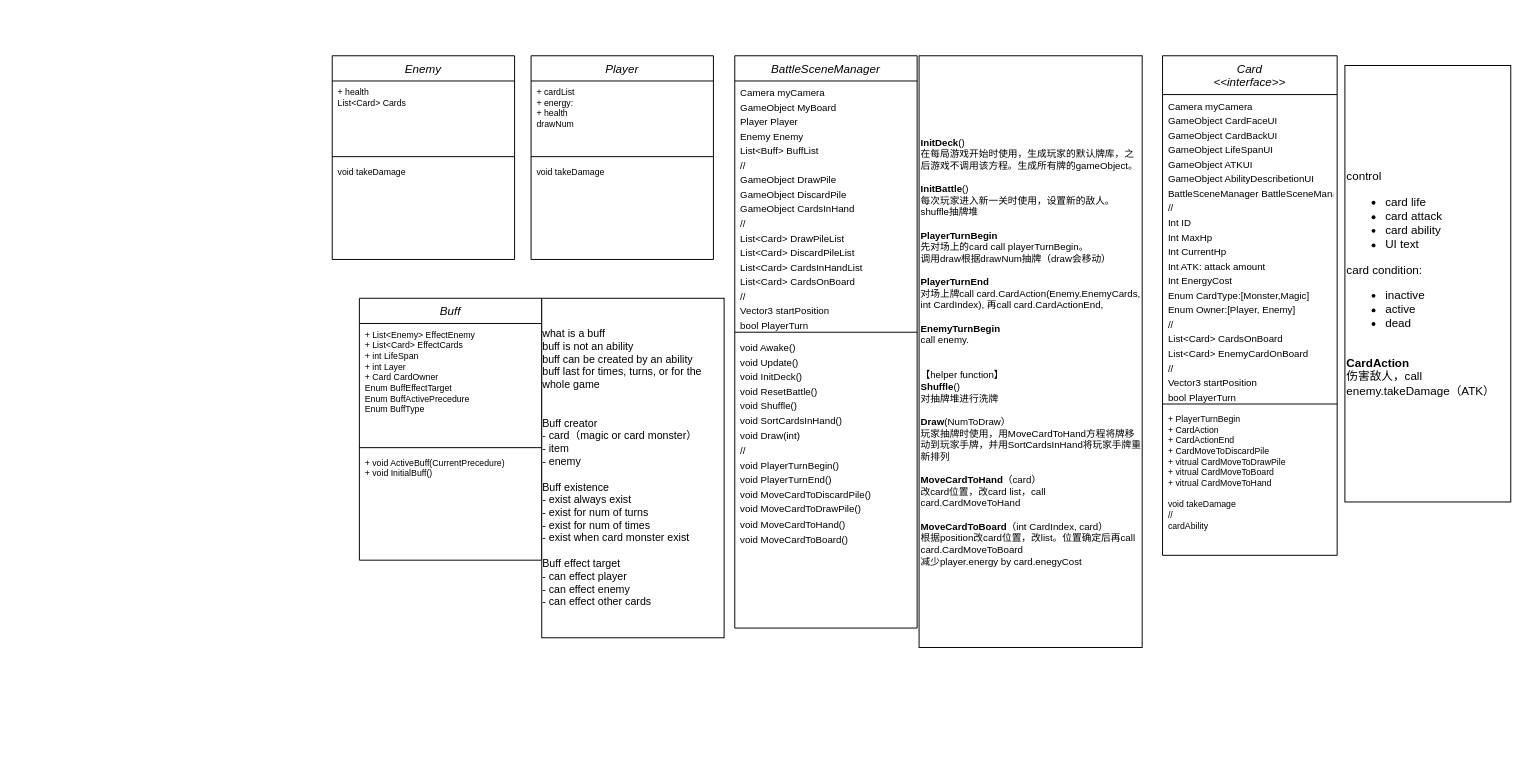
This is cardgame.drawio from yemiliey/ScuffTheSpire, a draw.io file, before an edit. Source tidied: cells renumbered, new cells numbered last; positions are measured from the earlier drawing's top-left corner, leaving out a move shared by most shapes. Both pictures are drawn from the tidied source at 97%, with x=0, y=0 at pixel (332, 55).
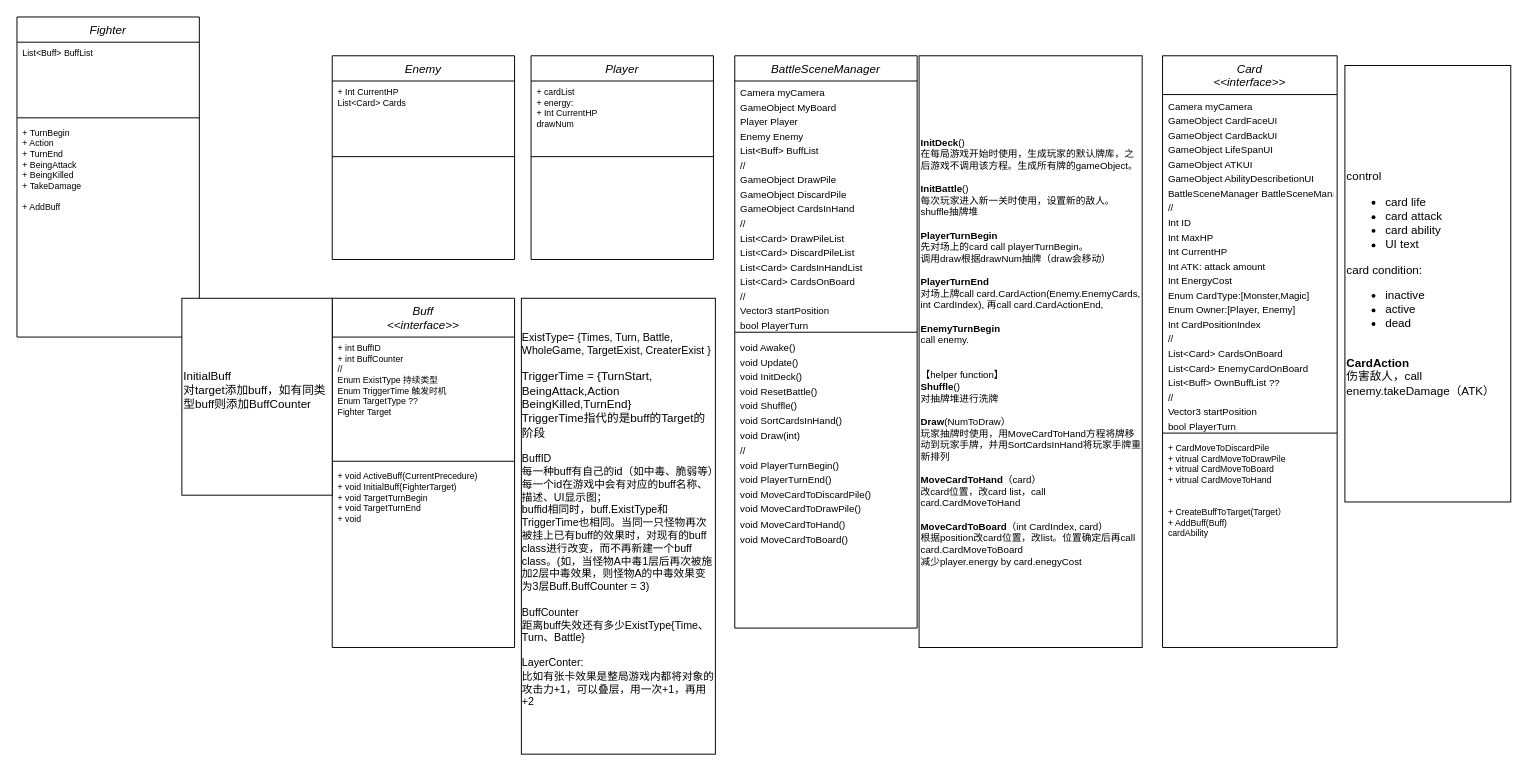
Above is the later version.

The change refers to these unchanged cells:
```xml
<mxCell id="60" value="Player" style="swimlane;fontStyle=2;align=center;verticalAlign=top;horizontal=1;startSize=26;rounded=0;shadow=0;strokeWidth=1;fontSize=12;" parent="1" vertex="1">
  <mxGeometry x="205" width="188" height="210" as="geometry" />
</mxCell>
<mxCell id="64" value="Enemy" style="swimlane;fontStyle=2;align=center;verticalAlign=top;horizontal=1;startSize=26;rounded=0;shadow=0;strokeWidth=1;fontSize=12;" parent="1" vertex="1">
  <mxGeometry width="188" height="210" as="geometry" />
</mxCell>
```

Change to the diagram source:
```diff
@@
     <mxCell id="36" value="Card&#10;&lt;&lt;interface&gt;&gt;" style="swimlane;fontStyle=2;align=center;verticalAlign=top;horizontal=1;startSize=40;rounded=0;shadow=0;strokeWidth=1;fontSize=12;" parent="1" vertex="1">
-      <mxGeometry x="856" width="180" height="515" as="geometry" />
+      <mxGeometry x="856" width="180" height="610" as="geometry" />
     </mxCell>
@@
-    <mxCell id="46" value="Int MaxHp&#10;" style="text;align=left;verticalAlign=top;spacingLeft=4;spacingRight=4;overflow=hidden;fontSize=10;" parent="36" vertex="1">
+    <mxCell id="46" value="Int MaxHP" style="text;align=left;verticalAlign=top;spacingLeft=4;spacingRight=4;overflow=hidden;fontSize=10;" parent="36" vertex="1">
       <mxGeometry y="175" width="180" height="15" as="geometry" />
     </mxCell>
-    <mxCell id="47" value="Int CurrentHp" style="text;align=left;verticalAlign=top;spacingLeft=4;spacingRight=4;overflow=hidden;fontSize=10;" parent="36" vertex="1">
+    <mxCell id="47" value="Int CurrentHP" style="text;align=left;verticalAlign=top;spacingLeft=4;spacingRight=4;overflow=hidden;fontSize=10;" parent="36" vertex="1">
       <mxGeometry y="190" width="180" height="15" as="geometry" />
     </mxCell>
@@
+    <mxCell id="74" value="Int CardPositionIndex" style="text;align=left;verticalAlign=top;spacingLeft=4;spacingRight=4;overflow=hidden;fontSize=10;" parent="36" vertex="1">
+      <mxGeometry y="265" width="180" height="15" as="geometry" />
+    </mxCell>
     <mxCell id="52" value="//" style="text;align=left;verticalAlign=top;spacingLeft=4;spacingRight=4;overflow=hidden;fontSize=10;" parent="36" vertex="1">
-      <mxGeometry y="265" width="180" height="15" as="geometry" />
+      <mxGeometry y="280" width="180" height="15" as="geometry" />
     </mxCell>
     <mxCell id="53" value="List&lt;Card&gt; CardsOnBoard&#10;" style="text;align=left;verticalAlign=top;spacingLeft=4;spacingRight=4;overflow=hidden;fontSize=10;" parent="36" vertex="1">
-      <mxGeometry y="280" width="180" height="15" as="geometry" />
+      <mxGeometry y="295" width="180" height="15" as="geometry" />
     </mxCell>
     <mxCell id="54" value="List&lt;Card&gt; EnemyCardOnBoard&#10;" style="text;align=left;verticalAlign=top;spacingLeft=4;spacingRight=4;overflow=hidden;fontSize=10;" parent="36" vertex="1">
-      <mxGeometry y="295" width="180" height="15" as="geometry" />
+      <mxGeometry y="310" width="180" height="15" as="geometry" />
     </mxCell>
+    <mxCell id="75" value="List&lt;Buff&gt; OwnBuffList ??" style="text;align=left;verticalAlign=top;spacingLeft=4;spacingRight=4;overflow=hidden;fontSize=10;" parent="36" vertex="1">
+      <mxGeometry y="325" width="180" height="15" as="geometry" />
+    </mxCell>
     <mxCell id="55" value="//" style="text;align=left;verticalAlign=top;spacingLeft=4;spacingRight=4;overflow=hidden;fontSize=10;" parent="36" vertex="1">
-      <mxGeometry y="310" width="180" height="15" as="geometry" />
+      <mxGeometry y="340" width="180" height="15" as="geometry" />
     </mxCell>
     <mxCell id="56" value="Vector3 startPosition&#10;" style="text;align=left;verticalAlign=top;spacingLeft=4;spacingRight=4;overflow=hidden;fontSize=10;" parent="36" vertex="1">
-      <mxGeometry y="325" width="180" height="15" as="geometry" />
+      <mxGeometry y="355" width="180" height="15" as="geometry" />
     </mxCell>
     <mxCell id="57" value="bool PlayerTurn&#10;" style="text;align=left;verticalAlign=top;spacingLeft=4;spacingRight=4;overflow=hidden;fontSize=10;" parent="36" vertex="1">
-      <mxGeometry y="340" width="180" height="15" as="geometry" />
+      <mxGeometry y="370" width="180" height="15" as="geometry" />
     </mxCell>
     <mxCell id="58" style="line;html=1;strokeWidth=1;align=left;verticalAlign=middle;spacingTop=-1;spacingLeft=3;spacingRight=3;labelPosition=right;fontSize=8;" parent="36" vertex="1">
-      <mxGeometry y="355" width="180" height="8" as="geometry" />
+      <mxGeometry y="385" width="180" height="8" as="geometry" />
     </mxCell>
-    <mxCell id="59" value="+ PlayerTurnBegin&#10;+ CardAction&#10;+ CardActionEnd&#10;+ CardMoveToDiscardPile&#10;+ vitrual CardMoveToDrawPile&#10;+ vitrual CardMoveToBoard&#10;+ vitrual CardMoveToHand&#10;&#10;void takeDamage&#10;//&#10;cardAbility&#10;" style="text;align=left;verticalAlign=top;spacingLeft=4;spacingRight=4;overflow=hidden;fontSize=9;spacing=2;spacingBottom=0;spacingTop=0;" parent="36" vertex="1">
-      <mxGeometry y="363" width="180" height="137" as="geometry" />
+    <mxCell id="59" value="+ CardMoveToDiscardPile&#10;+ vitrual CardMoveToDrawPile&#10;+ vitrual CardMoveToBoard&#10;+ vitrual CardMoveToHand&#10;&#10;&#10;+ CreateBuffToTarget(Target）&#10;+ AddBuff(Buff)&#10;cardAbility&#10;" style="text;align=left;verticalAlign=top;spacingLeft=4;spacingRight=4;overflow=hidden;fontSize=9;spacing=2;spacingBottom=0;spacingTop=0;" parent="36" vertex="1">
+      <mxGeometry y="393" width="180" height="217" as="geometry" />
     </mxCell>
@@
-    <mxCell id="61" value="+ cardList&#10;+ energy:&#10;+ health&#10;drawNum&#10;" style="text;align=left;verticalAlign=top;spacingLeft=4;spacingRight=4;overflow=hidden;fontSize=9;" parent="60" vertex="1">
+    <mxCell id="61" value="+ cardList&#10;+ energy:&#10;+ Int CurrentHP&#10;drawNum&#10;" style="text;align=left;verticalAlign=top;spacingLeft=4;spacingRight=4;overflow=hidden;fontSize=9;" parent="60" vertex="1">
       <mxGeometry y="26" width="188" height="74" as="geometry" />
     </mxCell>
@@
-    <mxCell id="63" value="void takeDamage" style="text;align=left;verticalAlign=top;spacingLeft=4;spacingRight=4;overflow=hidden;fontSize=9;" parent="60" vertex="1">
-      <mxGeometry y="108" width="188" height="15" as="geometry" />
-    </mxCell>
@@
-    <mxCell id="65" value="+ health&#10;List&lt;Card&gt; Cards" style="text;align=left;verticalAlign=top;spacingLeft=4;spacingRight=4;overflow=hidden;fontSize=9;" parent="64" vertex="1">
+    <mxCell id="65" value="+ Int CurrentHP&#10;List&lt;Card&gt; Cards" style="text;align=left;verticalAlign=top;spacingLeft=4;spacingRight=4;overflow=hidden;fontSize=9;" parent="64" vertex="1">
       <mxGeometry y="26" width="188" height="74" as="geometry" />
     </mxCell>
@@
-    <mxCell id="67" value="void takeDamage" style="text;align=left;verticalAlign=top;spacingLeft=4;spacingRight=4;overflow=hidden;fontSize=9;" parent="64" vertex="1">
-      <mxGeometry y="108" width="188" height="15" as="geometry" />
-    </mxCell>
-    <mxCell id="68" value="Buff" style="swimlane;fontStyle=2;align=center;verticalAlign=top;horizontal=1;startSize=26;rounded=0;shadow=0;strokeWidth=1;fontSize=12;" parent="1" vertex="1">
-      <mxGeometry x="28" y="250" width="188" height="270" as="geometry" />
+    <mxCell id="68" value="Buff&#10;&lt;&lt;interface&gt;&gt;" style="swimlane;fontStyle=2;align=center;verticalAlign=top;horizontal=1;startSize=40;rounded=0;shadow=0;strokeWidth=1;fontSize=12;" parent="1" vertex="1">
+      <mxGeometry y="250" width="188" height="360" as="geometry" />
     </mxCell>
-    <mxCell id="69" value="+ List&lt;Enemy&gt; EffectEnemy &#10;+ List&lt;Card&gt; EffectCards  &#10;+ int LifeSpan&#10;+ int Layer&#10;+ Card CardOwner&#10;Enum BuffEffectTarget&#10;Enum BuffActivePrecedure&#10;Enum BuffType&#10;" style="text;align=left;verticalAlign=top;spacingLeft=4;spacingRight=4;overflow=hidden;fontSize=9;" parent="68" vertex="1">
-      <mxGeometry y="26" width="188" height="124" as="geometry" />
+    <mxCell id="69" value="+ int BuffID&#10;+ int BuffCounter&#10;//&#10;Enum ExistType 持续类型&#10;Enum TriggerTime 触发时机&#10;Enum TargetType ??&#10;Fighter Target&#10;" style="text;align=left;verticalAlign=top;spacingLeft=4;spacingRight=4;overflow=hidden;fontSize=9;" parent="68" vertex="1">
+      <mxGeometry y="40" width="188" height="124" as="geometry" />
     </mxCell>
     <mxCell id="70" style="line;html=1;strokeWidth=1;align=left;verticalAlign=middle;spacingTop=-1;spacingLeft=3;spacingRight=3;labelPosition=right;fontSize=8;" parent="68" vertex="1">
-      <mxGeometry y="150" width="188" height="8" as="geometry" />
+      <mxGeometry y="164" width="188" height="8" as="geometry" />
     </mxCell>
-    <mxCell id="71" value="+ void ActiveBuff(CurrentPrecedure)&#10;+ void InitialBuff()&#10;" style="text;align=left;verticalAlign=top;spacingLeft=4;spacingRight=4;overflow=hidden;fontSize=9;" parent="68" vertex="1">
-      <mxGeometry y="158" width="188" height="42" as="geometry" />
+    <mxCell id="71" value="+ void ActiveBuff(CurrentPrecedure)&#10;+ void InitialBuff(FighterTarget)&#10;+ void TargetTurnBegin&#10;+ void TargetTurnEnd&#10;+ void &#10;" style="text;align=left;verticalAlign=top;spacingLeft=4;spacingRight=4;overflow=hidden;fontSize=9;" parent="68" vertex="1">
+      <mxGeometry y="172" width="188" height="168" as="geometry" />
     </mxCell>
-    <mxCell id="72" value="&lt;div style=&quot;text-align: left; font-size: 11px;&quot;&gt;&lt;span style=&quot;background-color: initial; font-size: 11px;&quot;&gt;&lt;font style=&quot;font-size: 11px;&quot;&gt;what is a buff&lt;/font&gt;&lt;/span&gt;&lt;/div&gt;&lt;div style=&quot;text-align: left; font-size: 11px;&quot;&gt;&lt;span style=&quot;background-color: initial; font-size: 11px;&quot;&gt;&lt;font style=&quot;font-size: 11px;&quot;&gt;buff is not an ability&lt;/font&gt;&lt;/span&gt;&lt;/div&gt;&lt;div style=&quot;text-align: left; font-size: 11px;&quot;&gt;&lt;span style=&quot;background-color: initial; font-size: 11px;&quot;&gt;&lt;font style=&quot;font-size: 11px;&quot;&gt;buff can be created by an ability&lt;/font&gt;&lt;/span&gt;&lt;/div&gt;&lt;div style=&quot;text-align: left; font-size: 11px;&quot;&gt;&lt;span style=&quot;background-color: initial; font-size: 11px;&quot;&gt;&lt;font style=&quot;font-size: 11px;&quot;&gt;buff last for times, turns, or for the whole game&lt;/font&gt;&lt;/span&gt;&lt;/div&gt;&lt;div style=&quot;text-align: left; font-size: 11px;&quot;&gt;&lt;font style=&quot;font-size: 11px;&quot;&gt;&lt;br style=&quot;font-size: 11px;&quot;&gt;&lt;/font&gt;&lt;/div&gt;&lt;div style=&quot;text-align: left; font-size: 11px;&quot;&gt;&lt;font style=&quot;font-size: 11px;&quot;&gt;&lt;br style=&quot;font-size: 11px;&quot;&gt;&lt;/font&gt;&lt;/div&gt;&lt;div style=&quot;text-align: left; font-size: 11px;&quot;&gt;&lt;span style=&quot;background-color: initial; font-size: 11px;&quot;&gt;&lt;font style=&quot;font-size: 11px;&quot;&gt;Buff creator&lt;/font&gt;&lt;/span&gt;&lt;/div&gt;&lt;div style=&quot;text-align: left; font-size: 11px;&quot;&gt;&lt;span style=&quot;background-color: initial; font-size: 11px;&quot;&gt;&lt;font style=&quot;font-size: 11px;&quot;&gt;- card（magic or card monster）&lt;/font&gt;&lt;/span&gt;&lt;/div&gt;&lt;div style=&quot;text-align: left; font-size: 11px;&quot;&gt;&lt;span style=&quot;background-color: initial; font-size: 11px;&quot;&gt;&lt;font style=&quot;font-size: 11px;&quot;&gt;- item&lt;/font&gt;&lt;/span&gt;&lt;/div&gt;&lt;div style=&quot;text-align: left; font-size: 11px;&quot;&gt;&lt;span style=&quot;background-color: initial; font-size: 11px;&quot;&gt;&lt;font style=&quot;font-size: 11px;&quot;&gt;- enemy&lt;/font&gt;&lt;/span&gt;&lt;/div&gt;&lt;div style=&quot;text-align: left; font-size: 11px;&quot;&gt;&lt;font style=&quot;font-size: 11px;&quot;&gt;&lt;br style=&quot;font-size: 11px;&quot;&gt;&lt;/font&gt;&lt;/div&gt;&lt;div style=&quot;text-align: left; font-size: 11px;&quot;&gt;&lt;span style=&quot;background-color: initial; font-size: 11px;&quot;&gt;&lt;font style=&quot;font-size: 11px;&quot;&gt;Buff existence&lt;/font&gt;&lt;/span&gt;&lt;/div&gt;&lt;div style=&quot;text-align: left; font-size: 11px;&quot;&gt;&lt;span style=&quot;background-color: initial; font-size: 11px;&quot;&gt;&lt;font style=&quot;font-size: 11px;&quot;&gt;- exist always exist&lt;/font&gt;&lt;/span&gt;&lt;/div&gt;&lt;div style=&quot;text-align: left; font-size: 11px;&quot;&gt;&lt;span style=&quot;background-color: initial; font-size: 11px;&quot;&gt;&lt;font style=&quot;font-size: 11px;&quot;&gt;- exist for num of turns&lt;/font&gt;&lt;/span&gt;&lt;/div&gt;&lt;div style=&quot;text-align: left; font-size: 11px;&quot;&gt;&lt;span style=&quot;background-color: initial; font-size: 11px;&quot;&gt;&lt;font style=&quot;font-size: 11px;&quot;&gt;- exist for num of times&lt;/font&gt;&lt;/span&gt;&lt;/div&gt;&lt;div style=&quot;text-align: left; font-size: 11px;&quot;&gt;&lt;span style=&quot;background-color: initial; font-size: 11px;&quot;&gt;&lt;font style=&quot;font-size: 11px;&quot;&gt;- exist when card monster exist&lt;/font&gt;&lt;/span&gt;&lt;/div&gt;&lt;div style=&quot;text-align: left; font-size: 11px;&quot;&gt;&lt;font style=&quot;font-size: 11px;&quot;&gt;&lt;br style=&quot;font-size: 11px;&quot;&gt;&lt;/font&gt;&lt;/div&gt;&lt;div style=&quot;text-align: left; font-size: 11px;&quot;&gt;&lt;span style=&quot;background-color: initial; font-size: 11px;&quot;&gt;&lt;font style=&quot;font-size: 11px;&quot;&gt;Buff effect target&lt;/font&gt;&lt;/span&gt;&lt;/div&gt;&lt;div style=&quot;text-align: left; font-size: 11px;&quot;&gt;&lt;span style=&quot;background-color: initial; font-size: 11px;&quot;&gt;&lt;font style=&quot;font-size: 11px;&quot;&gt;- can effect player&lt;/font&gt;&lt;/span&gt;&lt;/div&gt;&lt;div style=&quot;text-align: left; font-size: 11px;&quot;&gt;&lt;span style=&quot;background-color: initial; font-size: 11px;&quot;&gt;&lt;font style=&quot;font-size: 11px;&quot;&gt;- can effect enemy&lt;/font&gt;&lt;/span&gt;&lt;/div&gt;&lt;div style=&quot;text-align: left; font-size: 11px;&quot;&gt;&lt;span style=&quot;background-color: initial; font-size: 11px;&quot;&gt;&lt;font style=&quot;font-size: 11px;&quot;&gt;- can effect other cards&lt;/font&gt;&lt;/span&gt;&lt;/div&gt;" style="rounded=0;whiteSpace=wrap;html=1;" parent="1" vertex="1">
-      <mxGeometry x="216" y="250" width="188" height="350" as="geometry" />
+    <mxCell id="72" value="&lt;div style=&quot;text-align: left; font-size: 11px;&quot;&gt;ExistType= {Times, Turn, Battle, WholeGame, TargetExist, CreaterExist }&lt;br style=&quot;border-color: var(--border-color); font-size: 12px;&quot;&gt;&lt;br style=&quot;border-color: var(--border-color); font-size: 12px;&quot;&gt;&lt;span style=&quot;font-size: 12px;&quot;&gt;TriggerTime = {TurnStart, BeingAttack,Action BeingKilled,TurnEnd}&lt;/span&gt;&lt;br style=&quot;border-color: var(--border-color); font-size: 12px;&quot;&gt;&lt;span style=&quot;font-size: 12px;&quot;&gt;TriggerTime指代的是buff的Target的阶段&lt;/span&gt;&lt;br&gt;&lt;/div&gt;&lt;div style=&quot;text-align: left; font-size: 11px;&quot;&gt;&lt;span style=&quot;background-color: initial; font-size: 11px;&quot;&gt;&lt;font style=&quot;font-size: 11px;&quot;&gt;&lt;br&gt;&lt;/font&gt;&lt;/span&gt;&lt;/div&gt;&lt;div style=&quot;text-align: left; font-size: 11px;&quot;&gt;&lt;span style=&quot;background-color: initial; font-size: 11px;&quot;&gt;&lt;font style=&quot;font-size: 11px;&quot;&gt;BuffID&lt;/font&gt;&lt;/span&gt;&lt;/div&gt;&lt;div style=&quot;text-align: left; font-size: 11px;&quot;&gt;&lt;span style=&quot;background-color: initial; font-size: 11px;&quot;&gt;&lt;font style=&quot;font-size: 11px;&quot;&gt;每一种buff有自己的id（如中毒、脆弱等）每一个id在游戏中会有对应的buff名称、描述、UI显示图；&lt;/font&gt;&lt;/span&gt;&lt;/div&gt;&lt;div style=&quot;text-align: left; font-size: 11px;&quot;&gt;&lt;span style=&quot;background-color: initial; font-size: 11px;&quot;&gt;&lt;font style=&quot;font-size: 11px;&quot;&gt;buffid相同时，buff.ExistType和TriggerTime也相同。当同一只怪物再次被挂上已有buff的效果时，对现有的buff class进行改变，而不再新建一个buff class。(如，当怪物A中毒1层后再次被施加2层中毒效果，则怪物A的中毒效果变为3层Buff.BuffCounter = 3)&amp;nbsp;&lt;/font&gt;&lt;/span&gt;&lt;/div&gt;&lt;div style=&quot;text-align: left; font-size: 11px;&quot;&gt;&lt;span style=&quot;background-color: initial; font-size: 11px;&quot;&gt;&lt;font style=&quot;font-size: 11px;&quot;&gt;&lt;br&gt;&lt;/font&gt;&lt;/span&gt;&lt;/div&gt;&lt;div style=&quot;text-align: left; font-size: 11px;&quot;&gt;&lt;span style=&quot;background-color: initial; font-size: 11px;&quot;&gt;&lt;font style=&quot;font-size: 11px;&quot;&gt;BuffCounter&amp;nbsp;&lt;/font&gt;&lt;/span&gt;&lt;/div&gt;&lt;div style=&quot;text-align: left; font-size: 11px;&quot;&gt;&lt;span style=&quot;background-color: initial; font-size: 11px;&quot;&gt;&lt;font style=&quot;font-size: 11px;&quot;&gt;距离buff失效还有多少ExistType{Time、Turn、Battle}&lt;/font&gt;&lt;/span&gt;&lt;/div&gt;&lt;div style=&quot;text-align: left; font-size: 11px;&quot;&gt;&lt;span style=&quot;background-color: initial; font-size: 11px;&quot;&gt;&lt;font style=&quot;font-size: 11px;&quot;&gt;&lt;br&gt;&lt;/font&gt;&lt;/span&gt;&lt;/div&gt;&lt;div style=&quot;text-align: left; font-size: 11px;&quot;&gt;&lt;span style=&quot;background-color: initial; font-size: 11px;&quot;&gt;&lt;font style=&quot;font-size: 11px;&quot;&gt;LayerConter:&amp;nbsp;&lt;/font&gt;&lt;/span&gt;&lt;/div&gt;&lt;div style=&quot;text-align: left; font-size: 11px;&quot;&gt;比如有张卡效果是整局游戏内都将对象的攻击力+1，可以叠层，用一次+1，再用+2&lt;/div&gt;&lt;div style=&quot;text-align: left; font-size: 11px;&quot;&gt;&lt;span style=&quot;background-color: initial; font-size: 11px;&quot;&gt;&lt;font style=&quot;font-size: 11px;&quot;&gt;&lt;br&gt;&lt;/font&gt;&lt;/span&gt;&lt;/div&gt;" style="rounded=0;whiteSpace=wrap;html=1;" parent="1" vertex="1">
+      <mxGeometry x="195" y="250" width="200" height="470" as="geometry" />
     </mxCell>
@@
+    <mxCell id="76" value="Fighter" style="swimlane;fontStyle=2;align=center;verticalAlign=top;horizontal=1;startSize=26;rounded=0;shadow=0;strokeWidth=1;fontSize=12;" parent="1" vertex="1">
+      <mxGeometry x="-325" y="-40" width="188" height="330" as="geometry" />
+    </mxCell>
+    <mxCell id="77" value="List&lt;Buff&gt; BuffList" style="text;align=left;verticalAlign=top;spacingLeft=4;spacingRight=4;overflow=hidden;fontSize=9;" parent="76" vertex="1">
+      <mxGeometry y="26" width="188" height="74" as="geometry" />
+    </mxCell>
+    <mxCell id="78" style="line;html=1;strokeWidth=1;align=left;verticalAlign=middle;spacingTop=-1;spacingLeft=3;spacingRight=3;labelPosition=right;fontSize=8;" parent="76" vertex="1">
+      <mxGeometry y="100" width="188" height="8" as="geometry" />
+    </mxCell>
+    <mxCell id="67" value="+ TurnBegin&#10;+ Action&#10;+ TurnEnd&#10;+ BeingAttack&#10;+ BeingKilled&#10;+ TakeDamage&#10;&#10;+ AddBuff" style="text;align=left;verticalAlign=top;spacingLeft=4;spacingRight=4;overflow=hidden;fontSize=9;" parent="76" vertex="1">
+      <mxGeometry y="108" width="188" height="147" as="geometry" />
+    </mxCell>
+    <mxCell id="79" value="InitialBuff&lt;br&gt;对target添加buff，如有同类型buff则添加BuffCounter&lt;br&gt;&lt;br&gt;" style="rounded=0;whiteSpace=wrap;html=1;align=left;" parent="1" vertex="1">
+      <mxGeometry x="-155" y="250" width="155" height="203" as="geometry" />
+    </mxCell>
```
